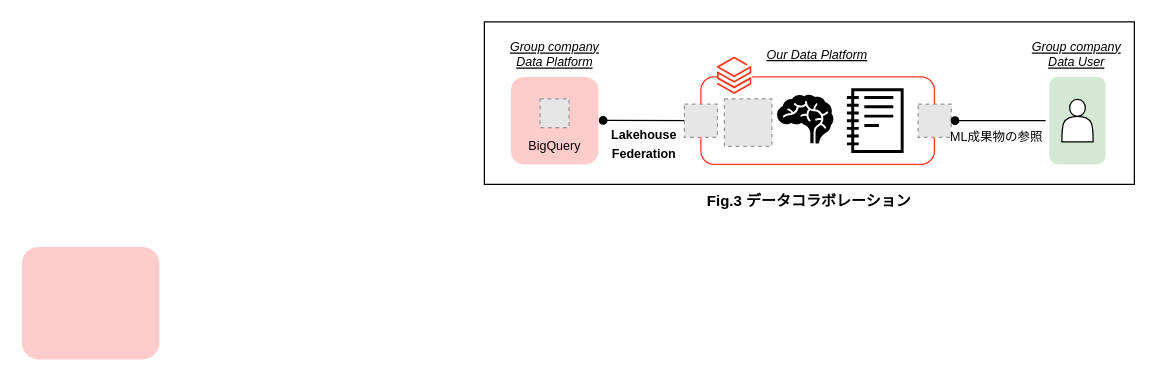
This is data_platform/raw/fig3.drawio from reonah/images, a draw.io file, before an edit. Source tidied: cells renumbered, new cells numbered last; positions are measured from the earlier drawing's top-left corner, leaving out a move shared by most shapes. Both pictures are drawn from the tidied source at 125%, with x=0, y=0 at pixel (21, 21). Pictures stored in the file or linked from it are replaced by grey dashed boxes.
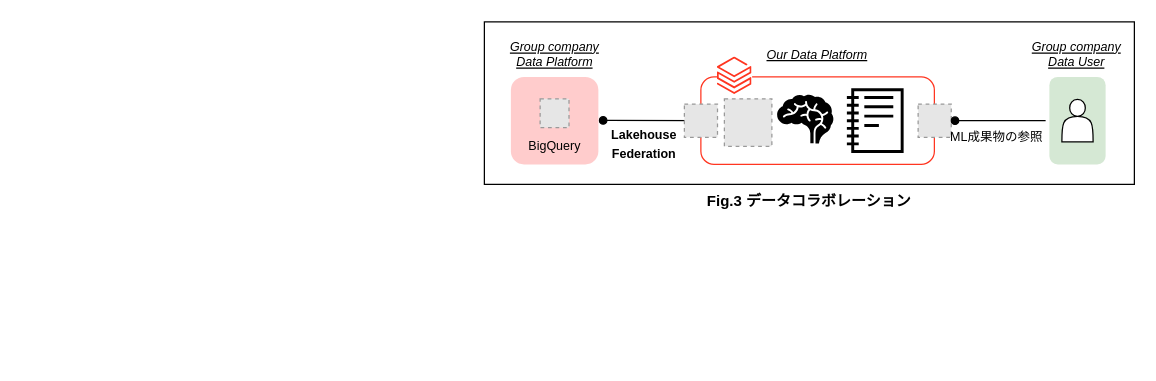
The same page after the edit.

Diff of the diagram source:
```diff
@@
-    <mxCell id="4" style="rounded=1;whiteSpace=wrap;html=1;fillColor=#FFCCCC;strokeColor=none;" parent="1" vertex="1">
-      <mxGeometry y="180" width="110" height="90" as="geometry" />
-    </mxCell>
```
